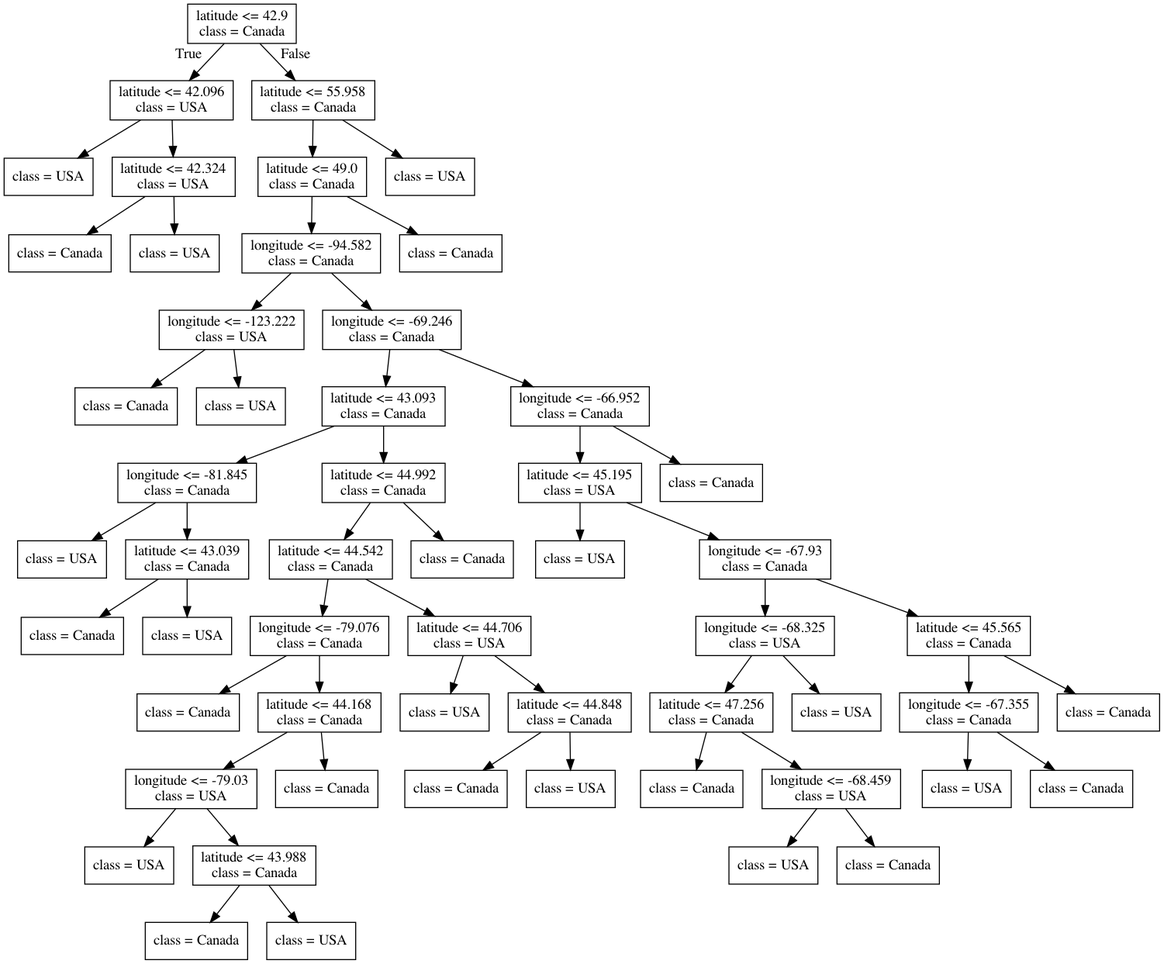
Before: lectures/Source.gv.png, a diagram exported from Graphviz (bait509-ubc/BAIT509). Its source is kept beside it as lectures/Source.gv. The source it was exported from:
```dot
digraph Tree {
node [shape=box] ;
0 [label="latitude <= 42.9\nclass = Canada"] ;
1 [label="latitude <= 42.096\nclass = USA"] ;
0 -> 1 [labeldistance=2.5, labelangle=45, headlabel="True"] ;
2 [label="class = USA"] ;
1 -> 2 ;
3 [label="latitude <= 42.324\nclass = USA"] ;
1 -> 3 ;
4 [label="class = Canada"] ;
3 -> 4 ;
5 [label="class = USA"] ;
3 -> 5 ;
6 [label="latitude <= 55.958\nclass = Canada"] ;
0 -> 6 [labeldistance=2.5, labelangle=-45, headlabel="False"] ;
7 [label="latitude <= 49.0\nclass = Canada"] ;
6 -> 7 ;
8 [label="longitude <= -94.582\nclass = Canada"] ;
7 -> 8 ;
9 [label="longitude <= -123.222\nclass = USA"] ;
8 -> 9 ;
10 [label="class = Canada"] ;
9 -> 10 ;
11 [label="class = USA"] ;
9 -> 11 ;
12 [label="longitude <= -69.246\nclass = Canada"] ;
8 -> 12 ;
13 [label="latitude <= 43.093\nclass = Canada"] ;
12 -> 13 ;
14 [label="longitude <= -81.845\nclass = Canada"] ;
13 -> 14 ;
15 [label="class = USA"] ;
14 -> 15 ;
16 [label="latitude <= 43.039\nclass = Canada"] ;
14 -> 16 ;
17 [label="class = Canada"] ;
16 -> 17 ;
18 [label="class = USA"] ;
16 -> 18 ;
19 [label="latitude <= 44.992\nclass = Canada"] ;
13 -> 19 ;
20 [label="latitude <= 44.542\nclass = Canada"] ;
19 -> 20 ;
21 [label="longitude <= -79.076\nclass = Canada"] ;
20 -> 21 ;
22 [label="class = Canada"] ;
21 -> 22 ;
23 [label="latitude <= 44.168\nclass = Canada"] ;
21 -> 23 ;
24 [label="longitude <= -79.03\nclass = USA"] ;
23 -> 24 ;
25 [label="class = USA"] ;
24 -> 25 ;
26 [label="latitude <= 43.988\nclass = Canada"] ;
24 -> 26 ;
27 [label="class = Canada"] ;
26 -> 27 ;
28 [label="class = USA"] ;
26 -> 28 ;
29 [label="class = Canada"] ;
23 -> 29 ;
30 [label="latitude <= 44.706\nclass = USA"] ;
20 -> 30 ;
31 [label="class = USA"] ;
30 -> 31 ;
32 [label="latitude <= 44.848\nclass = Canada"] ;
30 -> 32 ;
33 [label="class = Canada"] ;
32 -> 33 ;
34 [label="class = USA"] ;
32 -> 34 ;
35 [label="class = Canada"] ;
19 -> 35 ;
36 [label="longitude <= -66.952\nclass = Canada"] ;
12 -> 36 ;
37 [label="latitude <= 45.195\nclass = USA"] ;
36 -> 37 ;
38 [label="class = USA"] ;
37 -> 38 ;
39 [label="longitude <= -67.93\nclass = Canada"] ;
37 -> 39 ;
40 [label="longitude <= -68.325\nclass = USA"] ;
39 -> 40 ;
41 [label="latitude <= 47.256\nclass = Canada"] ;
40 -> 41 ;
42 [label="class = Canada"] ;
41 -> 42 ;
43 [label="longitude <= -68.459\nclass = USA"] ;
41 -> 43 ;
44 [label="class = USA"] ;
43 -> 44 ;
45 [label="class = Canada"] ;
43 -> 45 ;
46 [label="class = USA"] ;
40 -> 46 ;
47 [label="latitude <= 45.565\nclass = Canada"] ;
39 -> 47 ;
48 [label="longitude <= -67.355\nclass = Canada"] ;
47 -> 48 ;
49 [label="class = USA"] ;
48 -> 49 ;
50 [label="class = Canada"] ;
48 -> 50 ;
51 [label="class = Canada"] ;
47 -> 51 ;
52 [label="class = Canada"] ;
36 -> 52 ;
53 [label="class = Canada"] ;
7 -> 53 ;
54 [label="class = USA"] ;
6 -> 54 ;
}
```
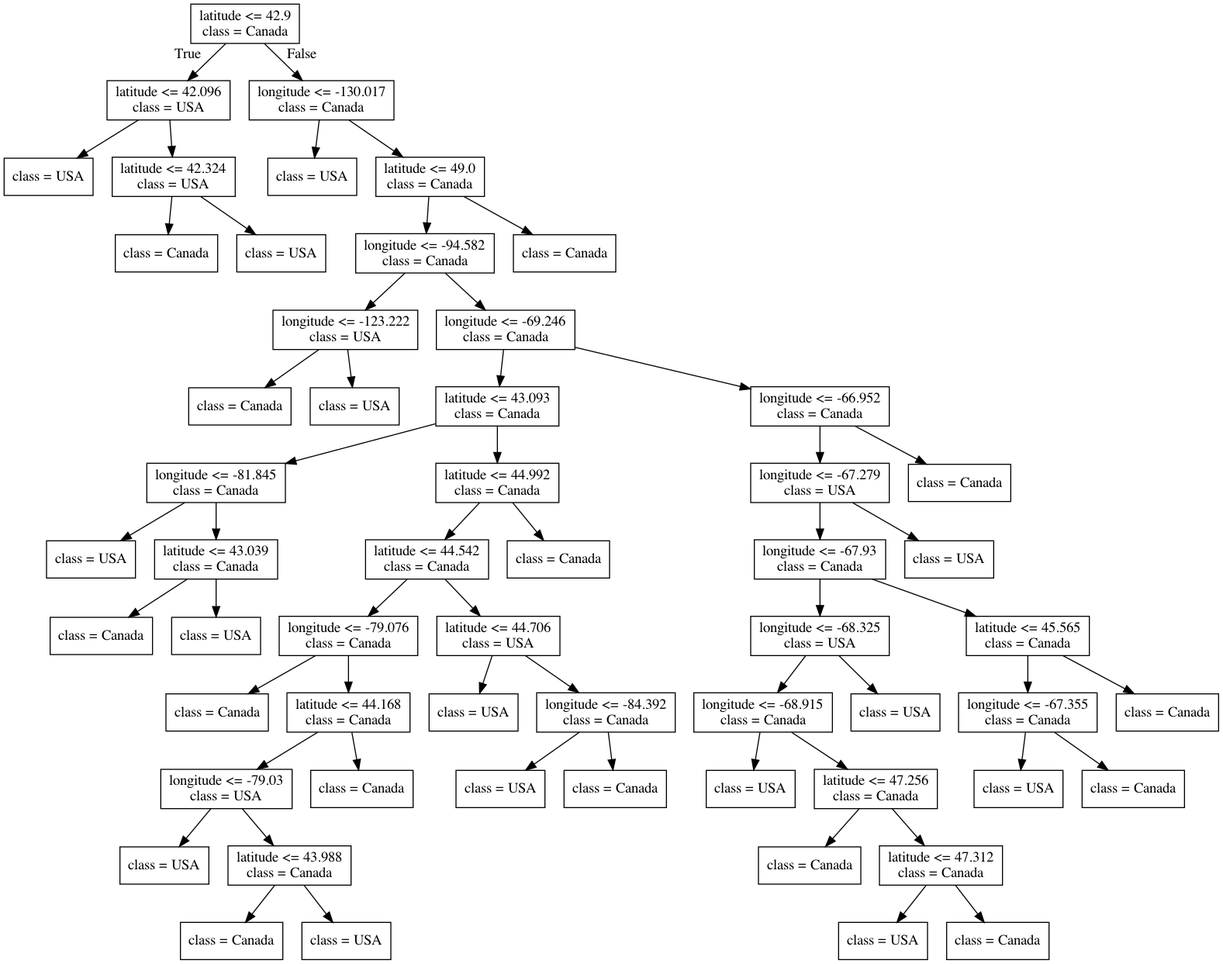
Above is the later version.

What changed in the source:
```diff
@@ -11,102 +11,106 @@
 3 -> 4 ;
 5 [label="class = USA"] ;
 3 -> 5 ;
-6 [label="latitude <= 55.958\nclass = Canada"] ;
+6 [label="longitude <= -130.017\nclass = Canada"] ;
 0 -> 6 [labeldistance=2.5, labelangle=-45, headlabel="False"] ;
-7 [label="latitude <= 49.0\nclass = Canada"] ;
+7 [label="class = USA"] ;
 6 -> 7 ;
-8 [label="longitude <= -94.582\nclass = Canada"] ;
-7 -> 8 ;
-9 [label="longitude <= -123.222\nclass = USA"] ;
+8 [label="latitude <= 49.0\nclass = Canada"] ;
+6 -> 8 ;
+9 [label="longitude <= -94.582\nclass = Canada"] ;
 8 -> 9 ;
-10 [label="class = Canada"] ;
+10 [label="longitude <= -123.222\nclass = USA"] ;
 9 -> 10 ;
-11 [label="class = USA"] ;
-9 -> 11 ;
-12 [label="longitude <= -69.246\nclass = Canada"] ;
-8 -> 12 ;
-13 [label="latitude <= 43.093\nclass = Canada"] ;
-12 -> 13 ;
-14 [label="longitude <= -81.845\nclass = Canada"] ;
+11 [label="class = Canada"] ;
+10 -> 11 ;
+12 [label="class = USA"] ;
+10 -> 12 ;
+13 [label="longitude <= -69.246\nclass = Canada"] ;
+9 -> 13 ;
+14 [label="latitude <= 43.093\nclass = Canada"] ;
 13 -> 14 ;
-15 [label="class = USA"] ;
+15 [label="longitude <= -81.845\nclass = Canada"] ;
 14 -> 15 ;
-16 [label="latitude <= 43.039\nclass = Canada"] ;
-14 -> 16 ;
-17 [label="class = Canada"] ;
-16 -> 17 ;
-18 [label="class = USA"] ;
-16 -> 18 ;
-19 [label="latitude <= 44.992\nclass = Canada"] ;
-13 -> 19 ;
-20 [label="latitude <= 44.542\nclass = Canada"] ;
-19 -> 20 ;
-21 [label="longitude <= -79.076\nclass = Canada"] ;
+16 [label="class = USA"] ;
+15 -> 16 ;
+17 [label="latitude <= 43.039\nclass = Canada"] ;
+15 -> 17 ;
+18 [label="class = Canada"] ;
+17 -> 18 ;
+19 [label="class = USA"] ;
+17 -> 19 ;
+20 [label="latitude <= 44.992\nclass = Canada"] ;
+14 -> 20 ;
+21 [label="latitude <= 44.542\nclass = Canada"] ;
 20 -> 21 ;
-22 [label="class = Canada"] ;
+22 [label="longitude <= -79.076\nclass = Canada"] ;
 21 -> 22 ;
-23 [label="latitude <= 44.168\nclass = Canada"] ;
-21 -> 23 ;
-24 [label="longitude <= -79.03\nclass = USA"] ;
-23 -> 24 ;
-25 [label="class = USA"] ;
+23 [label="class = Canada"] ;
+22 -> 23 ;
+24 [label="latitude <= 44.168\nclass = Canada"] ;
+22 -> 24 ;
+25 [label="longitude <= -79.03\nclass = USA"] ;
 24 -> 25 ;
-26 [label="latitude <= 43.988\nclass = Canada"] ;
-24 -> 26 ;
-27 [label="class = Canada"] ;
-26 -> 27 ;
-28 [label="class = USA"] ;
-26 -> 28 ;
-29 [label="class = Canada"] ;
-23 -> 29 ;
-30 [label="latitude <= 44.706\nclass = USA"] ;
-20 -> 30 ;
-31 [label="class = USA"] ;
-30 -> 31 ;
-32 [label="latitude <= 44.848\nclass = Canada"] ;
-30 -> 32 ;
-33 [label="class = Canada"] ;
-32 -> 33 ;
+26 [label="class = USA"] ;
+25 -> 26 ;
+27 [label="latitude <= 43.988\nclass = Canada"] ;
+25 -> 27 ;
+28 [label="class = Canada"] ;
+27 -> 28 ;
+29 [label="class = USA"] ;
+27 -> 29 ;
+30 [label="class = Canada"] ;
+24 -> 30 ;
+31 [label="latitude <= 44.706\nclass = USA"] ;
+21 -> 31 ;
+32 [label="class = USA"] ;
+31 -> 32 ;
+33 [label="longitude <= -84.392\nclass = Canada"] ;
+31 -> 33 ;
 34 [label="class = USA"] ;
-32 -> 34 ;
+33 -> 34 ;
 35 [label="class = Canada"] ;
-19 -> 35 ;
-36 [label="longitude <= -66.952\nclass = Canada"] ;
-12 -> 36 ;
-37 [label="latitude <= 45.195\nclass = USA"] ;
-36 -> 37 ;
-38 [label="class = USA"] ;
+33 -> 35 ;
+36 [label="class = Canada"] ;
+20 -> 36 ;
+37 [label="longitude <= -66.952\nclass = Canada"] ;
+13 -> 37 ;
+38 [label="longitude <= -67.279\nclass = USA"] ;
 37 -> 38 ;
 39 [label="longitude <= -67.93\nclass = Canada"] ;
-37 -> 39 ;
+38 -> 39 ;
 40 [label="longitude <= -68.325\nclass = USA"] ;
 39 -> 40 ;
-41 [label="latitude <= 47.256\nclass = Canada"] ;
+41 [label="longitude <= -68.915\nclass = Canada"] ;
 40 -> 41 ;
-42 [label="class = Canada"] ;
+42 [label="class = USA"] ;
 41 -> 42 ;
-43 [label="longitude <= -68.459\nclass = USA"] ;
+43 [label="latitude <= 47.256\nclass = Canada"] ;
 41 -> 43 ;
-44 [label="class = USA"] ;
+44 [label="class = Canada"] ;
 43 -> 44 ;
-45 [label="class = Canada"] ;
+45 [label="latitude <= 47.312\nclass = Canada"] ;
 43 -> 45 ;
 46 [label="class = USA"] ;
-40 -> 46 ;
-47 [label="latitude <= 45.565\nclass = Canada"] ;
-39 -> 47 ;
-48 [label="longitude <= -67.355\nclass = Canada"] ;
-47 -> 48 ;
-49 [label="class = USA"] ;
-48 -> 49 ;
-50 [label="class = Canada"] ;
-48 -> 50 ;
-51 [label="class = Canada"] ;
-47 -> 51 ;
+45 -> 46 ;
+47 [label="class = Canada"] ;
+45 -> 47 ;
+48 [label="class = USA"] ;
+40 -> 48 ;
+49 [label="latitude <= 45.565\nclass = Canada"] ;
+39 -> 49 ;
+50 [label="longitude <= -67.355\nclass = Canada"] ;
+49 -> 50 ;
+51 [label="class = USA"] ;
+50 -> 51 ;
 52 [label="class = Canada"] ;
-36 -> 52 ;
+50 -> 52 ;
 53 [label="class = Canada"] ;
-7 -> 53 ;
+49 -> 53 ;
 54 [label="class = USA"] ;
-6 -> 54 ;
+38 -> 54 ;
+55 [label="class = Canada"] ;
+37 -> 55 ;
+56 [label="class = Canada"] ;
+8 -> 56 ;
 }
```
